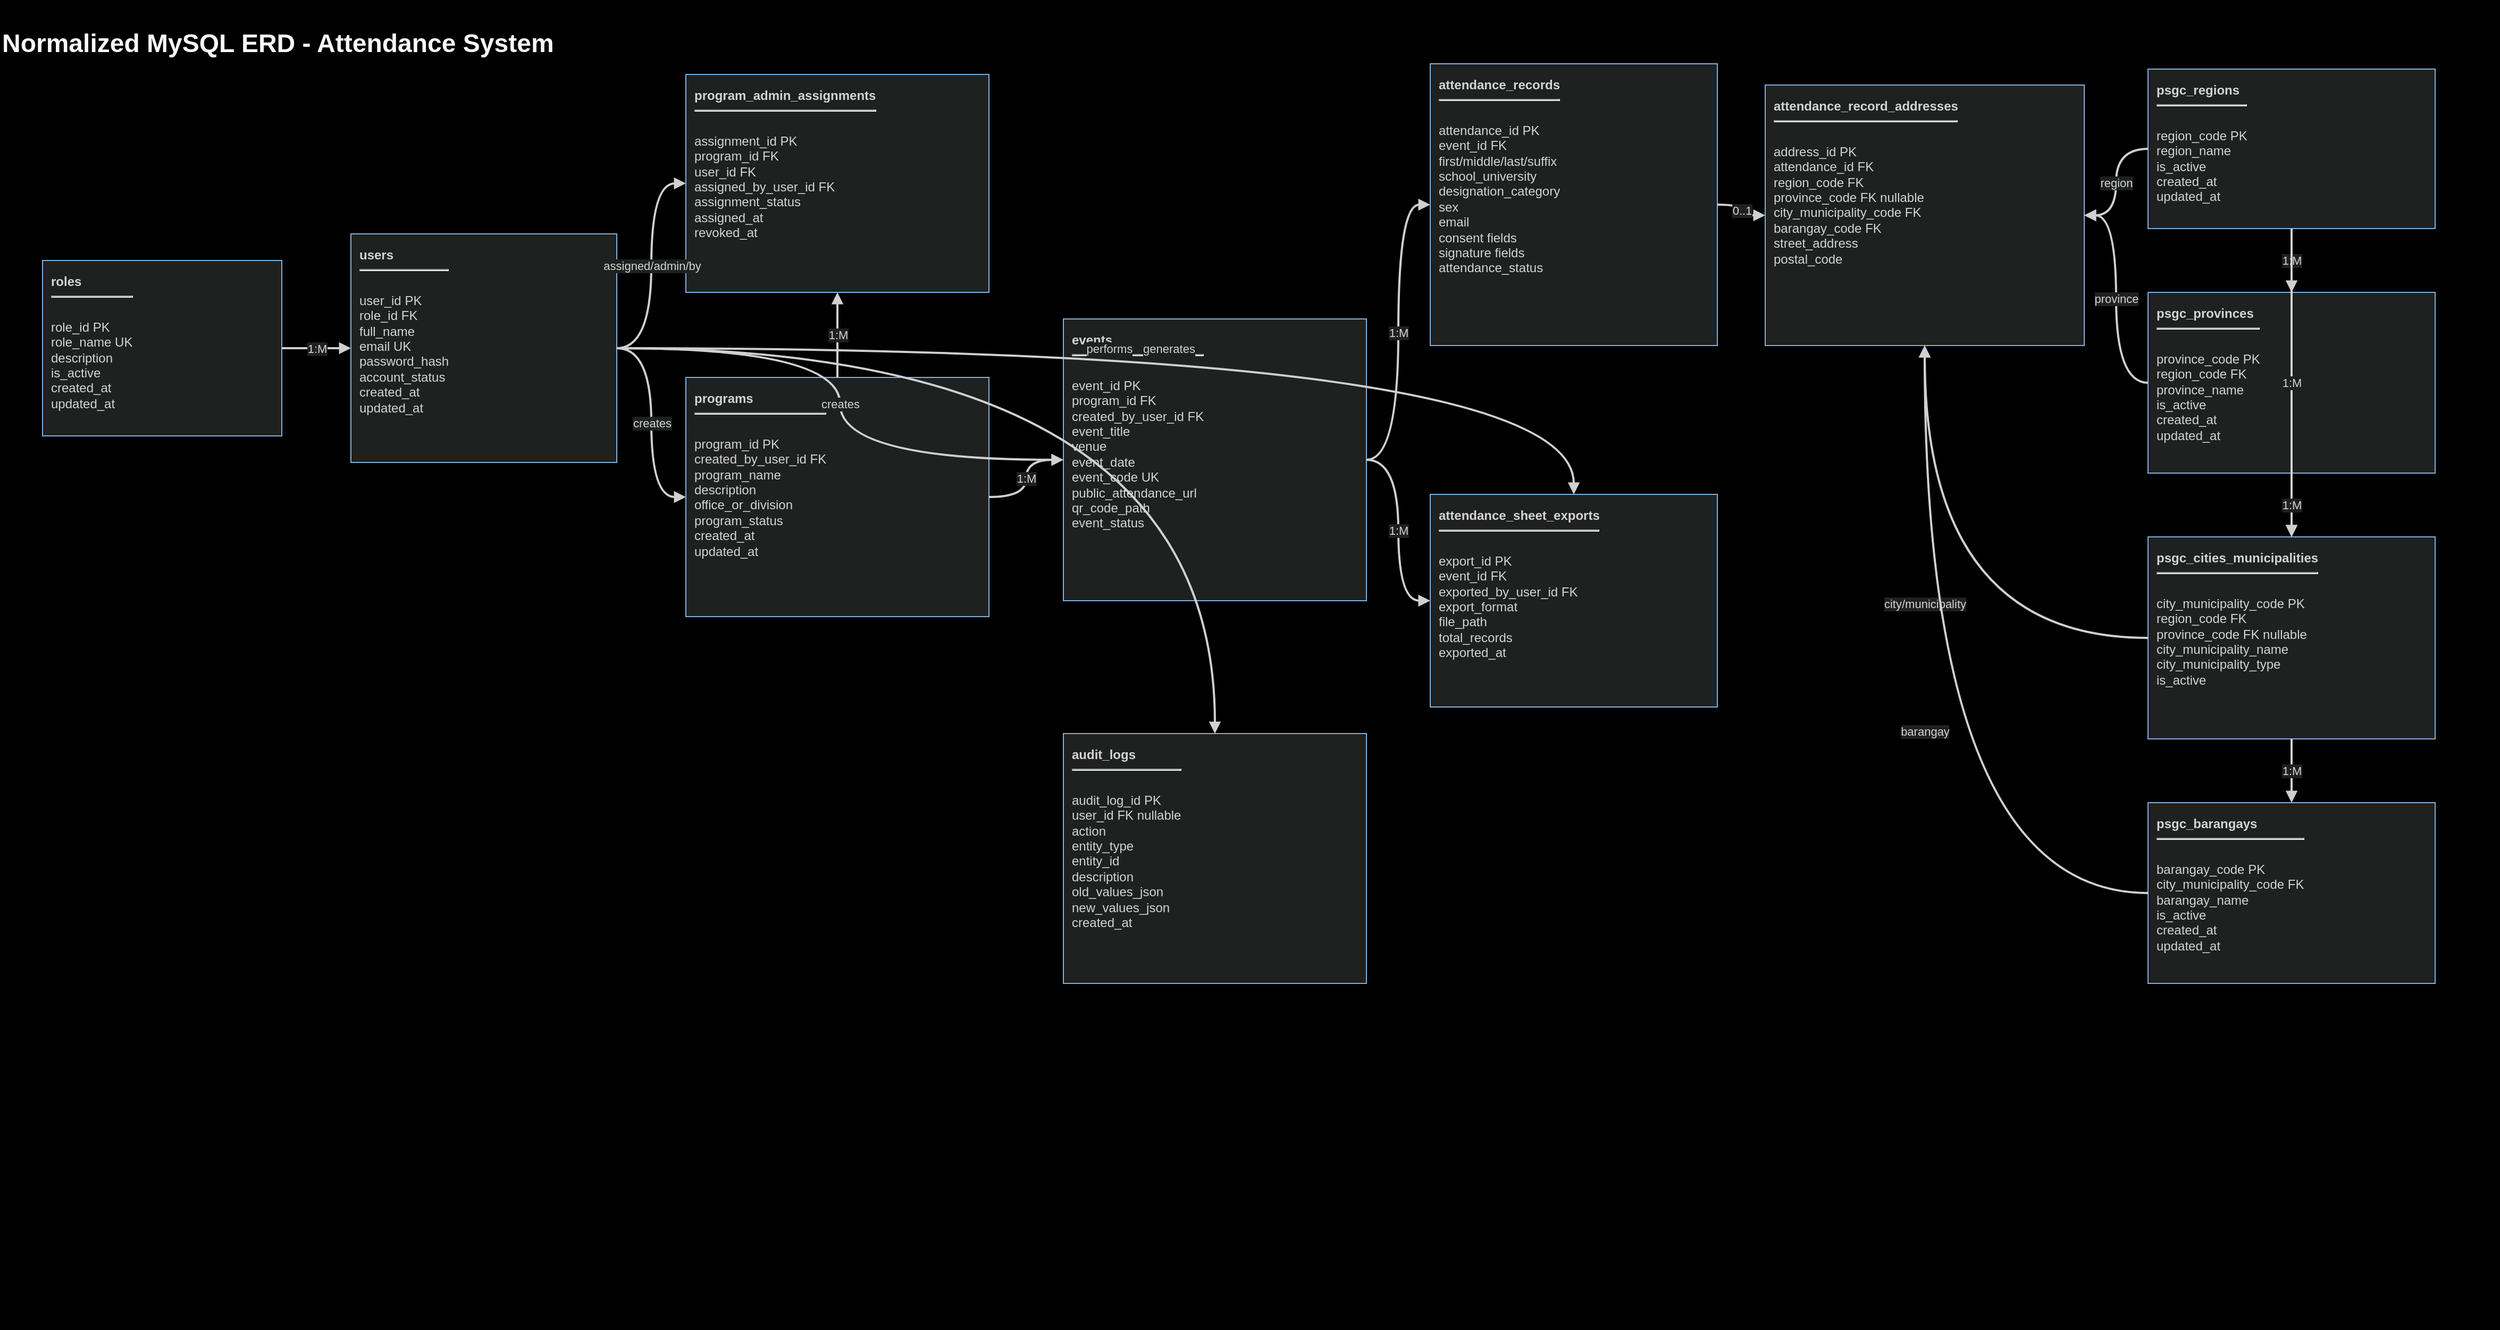
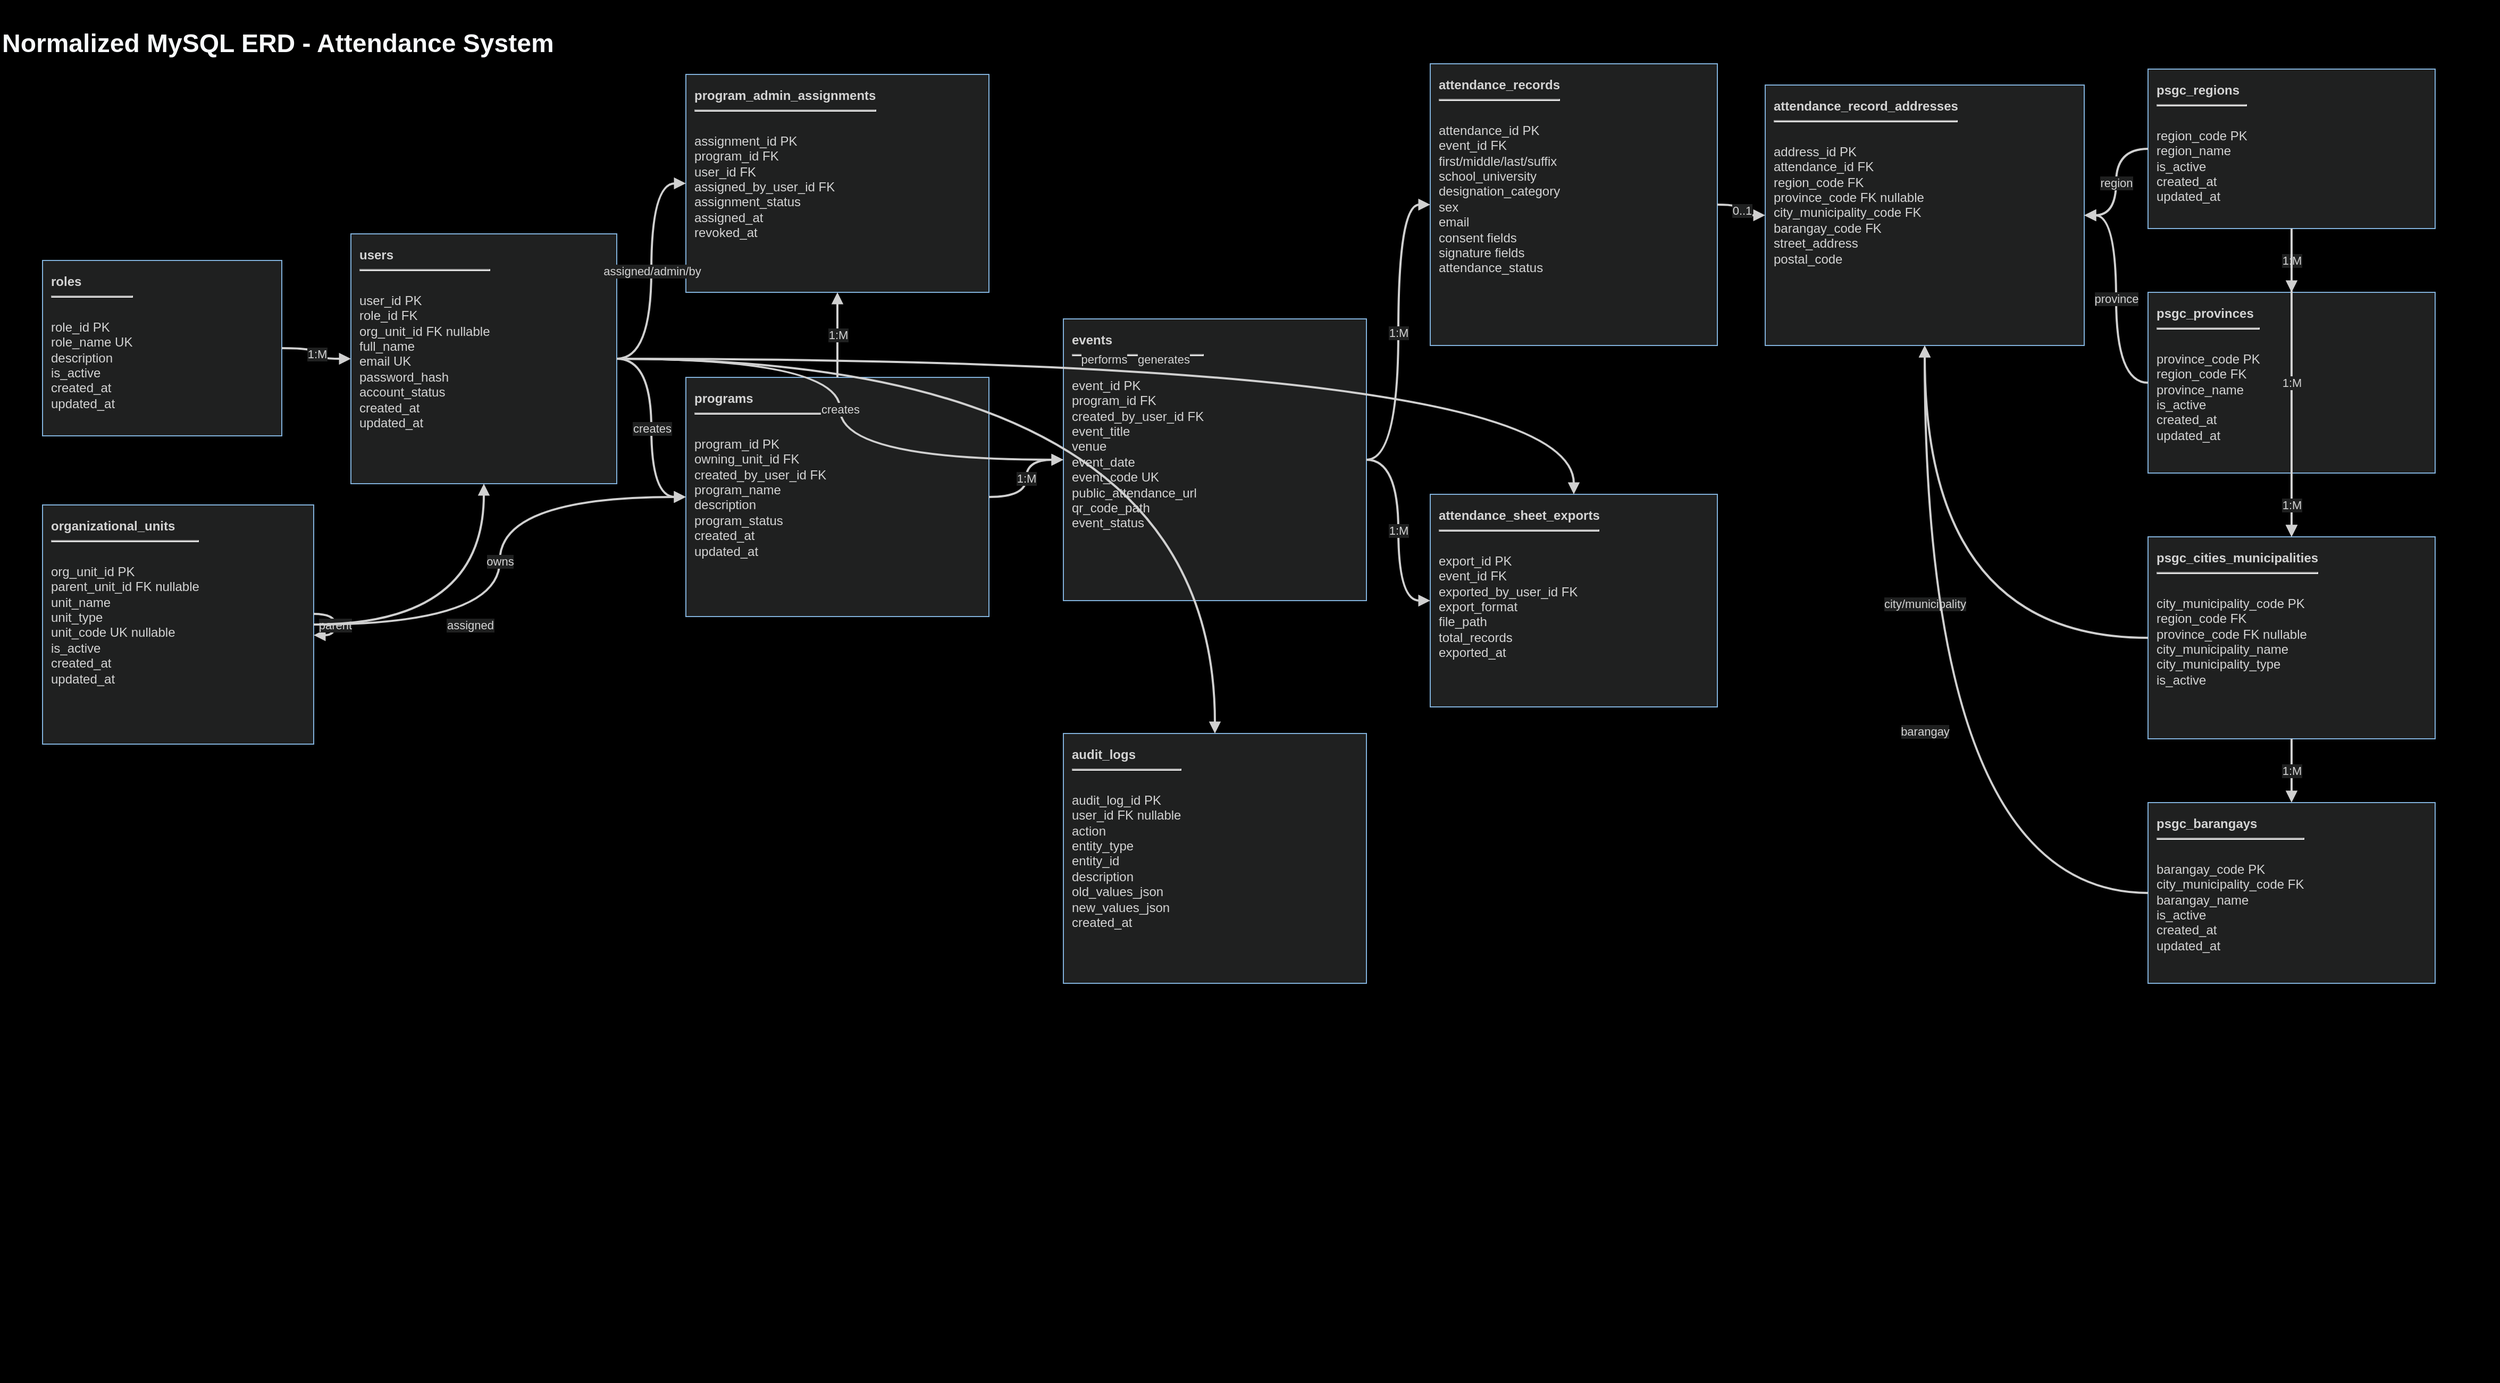
<?xml version='1.0' encoding='utf-8'?>
- <mxfile host="app.diagrams.net"><diagram name="Normalized MySQL ERD - Attendance System"><mxGraphModel dx="2350" dy="1250" grid="1" gridSize="10" guides="1" tooltips="1" connect="1" arrows="1" fold="1" page="1" pageScale="1" pageWidth="2350" pageHeight="1250" background="#000000" math="0" shadow="0"><root><mxCell id="0" /><mxCell id="1" parent="0" /><mxCell id="background" value="" style="rounded=0;whiteSpace=wrap;html=1;fillColor=#000000;strokeColor=none;locked=1;" vertex="1" parent="1"><mxGeometry x="0" y="0" width="2350" height="1250" as="geometry" /></mxCell><mxCell id="title" value="Normalized MySQL ERD - Attendance System" style="text;html=1;strokeColor=none;fillColor=none;fontColor=#f8fafc;fontStyle=1;fontSize=24;" vertex="1" parent="1"><mxGeometry x="0" y="20" width="2350" height="40" as="geometry" /></mxCell><mxCell id="roles" value="&lt;b&gt;roles&lt;/b&gt;&lt;br&gt;&lt;hr&gt;&lt;br&gt;role_id PK&lt;br&gt;role_name UK&lt;br&gt;description&lt;br&gt;is_active&lt;br&gt;created_at&lt;br&gt;updated_at" style="rounded=0;whiteSpace=wrap;html=1;strokeColor=#81B1DB;fillColor=#1f2020;fontColor=#d4d4d4;fontSize=12;spacing=8;align=left;verticalAlign=top;" vertex="1" parent="1"><mxGeometry x="40" y="245" width="225" height="165" as="geometry" /></mxCell><mxCell id="users" value="&lt;b&gt;users&lt;/b&gt;&lt;br&gt;&lt;hr&gt;&lt;br&gt;user_id PK&lt;br&gt;role_id FK&lt;br&gt;full_name&lt;br&gt;email UK&lt;br&gt;password_hash&lt;br&gt;account_status&lt;br&gt;created_at&lt;br&gt;updated_at" style="rounded=0;whiteSpace=wrap;html=1;strokeColor=#81B1DB;fillColor=#1f2020;fontColor=#d4d4d4;fontSize=12;spacing=8;align=left;verticalAlign=top;" vertex="1" parent="1"><mxGeometry x="330" y="220" width="250" height="215" as="geometry" /></mxCell><mxCell id="assignments" value="&lt;b&gt;program_admin_assignments&lt;/b&gt;&lt;br&gt;&lt;hr&gt;&lt;br&gt;assignment_id PK&lt;br&gt;program_id FK&lt;br&gt;user_id FK&lt;br&gt;assigned_by_user_id FK&lt;br&gt;assignment_status&lt;br&gt;assigned_at&lt;br&gt;revoked_at" style="rounded=0;whiteSpace=wrap;html=1;strokeColor=#81B1DB;fillColor=#1f2020;fontColor=#d4d4d4;fontSize=12;spacing=8;align=left;verticalAlign=top;" vertex="1" parent="1"><mxGeometry x="645" y="70" width="285" height="205" as="geometry" /></mxCell><mxCell id="programs" value="&lt;b&gt;programs&lt;/b&gt;&lt;br&gt;&lt;hr&gt;&lt;br&gt;program_id PK&lt;br&gt;created_by_user_id FK&lt;br&gt;program_name&lt;br&gt;description&lt;br&gt;office_or_division&lt;br&gt;program_status&lt;br&gt;created_at&lt;br&gt;updated_at" style="rounded=0;whiteSpace=wrap;html=1;strokeColor=#81B1DB;fillColor=#1f2020;fontColor=#d4d4d4;fontSize=12;spacing=8;align=left;verticalAlign=top;" vertex="1" parent="1"><mxGeometry x="645" y="355" width="285" height="225" as="geometry" /></mxCell><mxCell id="events" value="&lt;b&gt;events&lt;/b&gt;&lt;br&gt;&lt;hr&gt;&lt;br&gt;event_id PK&lt;br&gt;program_id FK&lt;br&gt;created_by_user_id FK&lt;br&gt;event_title&lt;br&gt;venue&lt;br&gt;event_date&lt;br&gt;event_code UK&lt;br&gt;public_attendance_url&lt;br&gt;qr_code_path&lt;br&gt;event_status" style="rounded=0;whiteSpace=wrap;html=1;strokeColor=#81B1DB;fillColor=#1f2020;fontColor=#d4d4d4;fontSize=12;spacing=8;align=left;verticalAlign=top;" vertex="1" parent="1"><mxGeometry x="1000" y="300" width="285" height="265" as="geometry" /></mxCell><mxCell id="attendance" value="&lt;b&gt;attendance_records&lt;/b&gt;&lt;br&gt;&lt;hr&gt;&lt;br&gt;attendance_id PK&lt;br&gt;event_id FK&lt;br&gt;first/middle/last/suffix&lt;br&gt;school_university&lt;br&gt;designation_category&lt;br&gt;sex&lt;br&gt;email&lt;br&gt;consent fields&lt;br&gt;signature fields&lt;br&gt;attendance_status" style="rounded=0;whiteSpace=wrap;html=1;strokeColor=#81B1DB;fillColor=#1f2020;fontColor=#d4d4d4;fontSize=12;spacing=8;align=left;verticalAlign=top;" vertex="1" parent="1"><mxGeometry x="1345" y="60" width="270" height="265" as="geometry" /></mxCell><mxCell id="address" value="&lt;b&gt;attendance_record_addresses&lt;/b&gt;&lt;br&gt;&lt;hr&gt;&lt;br&gt;address_id PK&lt;br&gt;attendance_id FK&lt;br&gt;region_code FK&lt;br&gt;province_code FK nullable&lt;br&gt;city_municipality_code FK&lt;br&gt;barangay_code FK&lt;br&gt;street_address&lt;br&gt;postal_code" style="rounded=0;whiteSpace=wrap;html=1;strokeColor=#81B1DB;fillColor=#1f2020;fontColor=#d4d4d4;fontSize=12;spacing=8;align=left;verticalAlign=top;" vertex="1" parent="1"><mxGeometry x="1660" y="80" width="300" height="245" as="geometry" /></mxCell><mxCell id="exports" value="&lt;b&gt;attendance_sheet_exports&lt;/b&gt;&lt;br&gt;&lt;hr&gt;&lt;br&gt;export_id PK&lt;br&gt;event_id FK&lt;br&gt;exported_by_user_id FK&lt;br&gt;export_format&lt;br&gt;file_path&lt;br&gt;total_records&lt;br&gt;exported_at" style="rounded=0;whiteSpace=wrap;html=1;strokeColor=#81B1DB;fillColor=#1f2020;fontColor=#d4d4d4;fontSize=12;spacing=8;align=left;verticalAlign=top;" vertex="1" parent="1"><mxGeometry x="1345" y="465" width="270" height="200" as="geometry" /></mxCell><mxCell id="audit" value="&lt;b&gt;audit_logs&lt;/b&gt;&lt;br&gt;&lt;hr&gt;&lt;br&gt;audit_log_id PK&lt;br&gt;user_id FK nullable&lt;br&gt;action&lt;br&gt;entity_type&lt;br&gt;entity_id&lt;br&gt;description&lt;br&gt;old_values_json&lt;br&gt;new_values_json&lt;br&gt;created_at" style="rounded=0;whiteSpace=wrap;html=1;strokeColor=#81B1DB;fillColor=#1f2020;fontColor=#d4d4d4;fontSize=12;spacing=8;align=left;verticalAlign=top;" vertex="1" parent="1"><mxGeometry x="1000" y="690" width="285" height="235" as="geometry" /></mxCell><mxCell id="psgc_regions" value="&lt;b&gt;psgc_regions&lt;/b&gt;&lt;br&gt;&lt;hr&gt;&lt;br&gt;region_code PK&lt;br&gt;region_name&lt;br&gt;is_active&lt;br&gt;created_at&lt;br&gt;updated_at" style="rounded=0;whiteSpace=wrap;html=1;strokeColor=#81B1DB;fillColor=#1f2020;fontColor=#d4d4d4;fontSize=12;spacing=8;align=left;verticalAlign=top;" vertex="1" parent="1"><mxGeometry x="2020" y="65" width="270" height="150" as="geometry" /></mxCell><mxCell id="psgc_provinces" value="&lt;b&gt;psgc_provinces&lt;/b&gt;&lt;br&gt;&lt;hr&gt;&lt;br&gt;province_code PK&lt;br&gt;region_code FK&lt;br&gt;province_name&lt;br&gt;is_active&lt;br&gt;created_at&lt;br&gt;updated_at" style="rounded=0;whiteSpace=wrap;html=1;strokeColor=#81B1DB;fillColor=#1f2020;fontColor=#d4d4d4;fontSize=12;spacing=8;align=left;verticalAlign=top;" vertex="1" parent="1"><mxGeometry x="2020" y="275" width="270" height="170" as="geometry" /></mxCell><mxCell id="psgc_cities" value="&lt;b&gt;psgc_cities_municipalities&lt;/b&gt;&lt;br&gt;&lt;hr&gt;&lt;br&gt;city_municipality_code PK&lt;br&gt;region_code FK&lt;br&gt;province_code FK nullable&lt;br&gt;city_municipality_name&lt;br&gt;city_municipality_type&lt;br&gt;is_active" style="rounded=0;whiteSpace=wrap;html=1;strokeColor=#81B1DB;fillColor=#1f2020;fontColor=#d4d4d4;fontSize=12;spacing=8;align=left;verticalAlign=top;" vertex="1" parent="1"><mxGeometry x="2020" y="505" width="270" height="190" as="geometry" /></mxCell><mxCell id="psgc_barangays" value="&lt;b&gt;psgc_barangays&lt;/b&gt;&lt;br&gt;&lt;hr&gt;&lt;br&gt;barangay_code PK&lt;br&gt;city_municipality_code FK&lt;br&gt;barangay_name&lt;br&gt;is_active&lt;br&gt;created_at&lt;br&gt;updated_at" style="rounded=0;whiteSpace=wrap;html=1;strokeColor=#81B1DB;fillColor=#1f2020;fontColor=#d4d4d4;fontSize=12;spacing=8;align=left;verticalAlign=top;" vertex="1" parent="1"><mxGeometry x="2020" y="755" width="270" height="170" as="geometry" /></mxCell><mxCell id="e1" value="1:M" style="edgeStyle=orthogonalEdgeStyle;rounded=1;curved=1;html=1;endArrow=block;strokeColor=#d0d0d0;fontColor=#d4d4d4;fontSize=11;labelBackgroundColor=#1f2020;strokeWidth=2;" edge="1" parent="1" source="roles" target="users"><mxGeometry relative="1" as="geometry" /></mxCell><mxCell id="e2" value="creates" style="edgeStyle=orthogonalEdgeStyle;rounded=1;curved=1;html=1;endArrow=block;strokeColor=#d0d0d0;fontColor=#d4d4d4;fontSize=11;labelBackgroundColor=#1f2020;strokeWidth=2;" edge="1" parent="1" source="users" target="programs"><mxGeometry relative="1" as="geometry" /></mxCell><mxCell id="e3" value="assigned/admin/by" style="edgeStyle=orthogonalEdgeStyle;rounded=1;curved=1;html=1;endArrow=block;strokeColor=#d0d0d0;fontColor=#d4d4d4;fontSize=11;labelBackgroundColor=#1f2020;strokeWidth=2;" edge="1" parent="1" source="users" target="assignments"><mxGeometry relative="1" as="geometry" /></mxCell><mxCell id="e4" value="1:M" style="edgeStyle=orthogonalEdgeStyle;rounded=1;curved=1;html=1;endArrow=block;strokeColor=#d0d0d0;fontColor=#d4d4d4;fontSize=11;labelBackgroundColor=#1f2020;strokeWidth=2;" edge="1" parent="1" source="programs" target="assignments"><mxGeometry relative="1" as="geometry" /></mxCell><mxCell id="e5" value="1:M" style="edgeStyle=orthogonalEdgeStyle;rounded=1;curved=1;html=1;endArrow=block;strokeColor=#d0d0d0;fontColor=#d4d4d4;fontSize=11;labelBackgroundColor=#1f2020;strokeWidth=2;" edge="1" parent="1" source="programs" target="events"><mxGeometry relative="1" as="geometry" /></mxCell><mxCell id="e6" value="creates" style="edgeStyle=orthogonalEdgeStyle;rounded=1;curved=1;html=1;endArrow=block;strokeColor=#d0d0d0;fontColor=#d4d4d4;fontSize=11;labelBackgroundColor=#1f2020;strokeWidth=2;" edge="1" parent="1" source="users" target="events"><mxGeometry relative="1" as="geometry" /></mxCell><mxCell id="e7" value="1:M" style="edgeStyle=orthogonalEdgeStyle;rounded=1;curved=1;html=1;endArrow=block;strokeColor=#d0d0d0;fontColor=#d4d4d4;fontSize=11;labelBackgroundColor=#1f2020;strokeWidth=2;" edge="1" parent="1" source="events" target="attendance"><mxGeometry relative="1" as="geometry" /></mxCell><mxCell id="e8" value="0..1" style="edgeStyle=orthogonalEdgeStyle;rounded=1;curved=1;html=1;endArrow=block;strokeColor=#d0d0d0;fontColor=#d4d4d4;fontSize=11;labelBackgroundColor=#1f2020;strokeWidth=2;" edge="1" parent="1" source="attendance" target="address"><mxGeometry relative="1" as="geometry" /></mxCell><mxCell id="e9" value="1:M" style="edgeStyle=orthogonalEdgeStyle;rounded=1;curved=1;html=1;endArrow=block;strokeColor=#d0d0d0;fontColor=#d4d4d4;fontSize=11;labelBackgroundColor=#1f2020;strokeWidth=2;" edge="1" parent="1" source="events" target="exports"><mxGeometry relative="1" as="geometry" /></mxCell><mxCell id="e10" value="generates" style="edgeStyle=orthogonalEdgeStyle;rounded=1;curved=1;html=1;endArrow=block;strokeColor=#d0d0d0;fontColor=#d4d4d4;fontSize=11;labelBackgroundColor=#1f2020;strokeWidth=2;" edge="1" parent="1" source="users" target="exports"><mxGeometry relative="1" as="geometry" /></mxCell><mxCell id="e11" value="performs" style="edgeStyle=orthogonalEdgeStyle;rounded=1;curved=1;html=1;endArrow=block;strokeColor=#d0d0d0;fontColor=#d4d4d4;fontSize=11;labelBackgroundColor=#1f2020;strokeWidth=2;" edge="1" parent="1" source="users" target="audit"><mxGeometry relative="1" as="geometry" /></mxCell><mxCell id="e12" value="1:M" style="edgeStyle=orthogonalEdgeStyle;rounded=1;curved=1;html=1;endArrow=block;strokeColor=#d0d0d0;fontColor=#d4d4d4;fontSize=11;labelBackgroundColor=#1f2020;strokeWidth=2;" edge="1" parent="1" source="psgc_regions" target="psgc_provinces"><mxGeometry relative="1" as="geometry" /></mxCell><mxCell id="e13" value="1:M" style="edgeStyle=orthogonalEdgeStyle;rounded=1;curved=1;html=1;endArrow=block;strokeColor=#d0d0d0;fontColor=#d4d4d4;fontSize=11;labelBackgroundColor=#1f2020;strokeWidth=2;" edge="1" parent="1" source="psgc_regions" target="psgc_cities"><mxGeometry relative="1" as="geometry" /></mxCell><mxCell id="e14" value="1:M" style="edgeStyle=orthogonalEdgeStyle;rounded=1;curved=1;html=1;endArrow=block;strokeColor=#d0d0d0;fontColor=#d4d4d4;fontSize=11;labelBackgroundColor=#1f2020;strokeWidth=2;" edge="1" parent="1" source="psgc_provinces" target="psgc_cities"><mxGeometry relative="1" as="geometry" /></mxCell><mxCell id="e15" value="1:M" style="edgeStyle=orthogonalEdgeStyle;rounded=1;curved=1;html=1;endArrow=block;strokeColor=#d0d0d0;fontColor=#d4d4d4;fontSize=11;labelBackgroundColor=#1f2020;strokeWidth=2;" edge="1" parent="1" source="psgc_cities" target="psgc_barangays"><mxGeometry relative="1" as="geometry" /></mxCell><mxCell id="e16" value="region" style="edgeStyle=orthogonalEdgeStyle;rounded=1;curved=1;html=1;endArrow=block;strokeColor=#d0d0d0;fontColor=#d4d4d4;fontSize=11;labelBackgroundColor=#1f2020;strokeWidth=2;" edge="1" parent="1" source="psgc_regions" target="address"><mxGeometry relative="1" as="geometry" /></mxCell><mxCell id="e17" value="province" style="edgeStyle=orthogonalEdgeStyle;rounded=1;curved=1;html=1;endArrow=block;strokeColor=#d0d0d0;fontColor=#d4d4d4;fontSize=11;labelBackgroundColor=#1f2020;strokeWidth=2;" edge="1" parent="1" source="psgc_provinces" target="address"><mxGeometry relative="1" as="geometry" /></mxCell><mxCell id="e18" value="city/municipality" style="edgeStyle=orthogonalEdgeStyle;rounded=1;curved=1;html=1;endArrow=block;strokeColor=#d0d0d0;fontColor=#d4d4d4;fontSize=11;labelBackgroundColor=#1f2020;strokeWidth=2;" edge="1" parent="1" source="psgc_cities" target="address"><mxGeometry relative="1" as="geometry" /></mxCell><mxCell id="e19" value="barangay" style="edgeStyle=orthogonalEdgeStyle;rounded=1;curved=1;html=1;endArrow=block;strokeColor=#d0d0d0;fontColor=#d4d4d4;fontSize=11;labelBackgroundColor=#1f2020;strokeWidth=2;" edge="1" parent="1" source="psgc_barangays" target="address"><mxGeometry relative="1" as="geometry" /></mxCell></root></mxGraphModel></diagram></mxfile>+ <mxfile host="app.diagrams.net"><diagram name="Normalized MySQL ERD - Attendance System"><mxGraphModel dx="2350" dy="1300" grid="1" gridSize="10" guides="1" tooltips="1" connect="1" arrows="1" fold="1" page="1" pageScale="1" pageWidth="2350" pageHeight="1300" background="#000000" math="0" shadow="0"><root><mxCell id="0" /><mxCell id="1" parent="0" /><mxCell id="background" value="" style="rounded=0;whiteSpace=wrap;html=1;fillColor=#000000;strokeColor=none;locked=1;" vertex="1" parent="1"><mxGeometry x="0" y="0" width="2350" height="1300" as="geometry" /></mxCell><mxCell id="title" value="Normalized MySQL ERD - Attendance System" style="text;html=1;strokeColor=none;fillColor=none;fontColor=#f8fafc;fontStyle=1;fontSize=24;" vertex="1" parent="1"><mxGeometry x="0" y="20" width="2350" height="40" as="geometry" /></mxCell><mxCell id="roles" value="&lt;b&gt;roles&lt;/b&gt;&lt;br&gt;&lt;hr&gt;&lt;br&gt;role_id PK&lt;br&gt;role_name UK&lt;br&gt;description&lt;br&gt;is_active&lt;br&gt;created_at&lt;br&gt;updated_at" style="rounded=0;whiteSpace=wrap;html=1;strokeColor=#81B1DB;fillColor=#1f2020;fontColor=#d4d4d4;fontSize=12;spacing=8;align=left;verticalAlign=top;" vertex="1" parent="1"><mxGeometry x="40" y="245" width="225" height="165" as="geometry" /></mxCell><mxCell id="users" value="&lt;b&gt;users&lt;/b&gt;&lt;br&gt;&lt;hr&gt;&lt;br&gt;user_id PK&lt;br&gt;role_id FK&lt;br&gt;org_unit_id FK nullable&lt;br&gt;full_name&lt;br&gt;email UK&lt;br&gt;password_hash&lt;br&gt;account_status&lt;br&gt;created_at&lt;br&gt;updated_at" style="rounded=0;whiteSpace=wrap;html=1;strokeColor=#81B1DB;fillColor=#1f2020;fontColor=#d4d4d4;fontSize=12;spacing=8;align=left;verticalAlign=top;" vertex="1" parent="1"><mxGeometry x="330" y="220" width="250" height="235" as="geometry" /></mxCell><mxCell id="org_units" value="&lt;b&gt;organizational_units&lt;/b&gt;&lt;br&gt;&lt;hr&gt;&lt;br&gt;org_unit_id PK&lt;br&gt;parent_unit_id FK nullable&lt;br&gt;unit_name&lt;br&gt;unit_type&lt;br&gt;unit_code UK nullable&lt;br&gt;is_active&lt;br&gt;created_at&lt;br&gt;updated_at" style="rounded=0;whiteSpace=wrap;html=1;strokeColor=#81B1DB;fillColor=#1f2020;fontColor=#d4d4d4;fontSize=12;spacing=8;align=left;verticalAlign=top;" vertex="1" parent="1"><mxGeometry x="40" y="475" width="255" height="225" as="geometry" /></mxCell><mxCell id="assignments" value="&lt;b&gt;program_admin_assignments&lt;/b&gt;&lt;br&gt;&lt;hr&gt;&lt;br&gt;assignment_id PK&lt;br&gt;program_id FK&lt;br&gt;user_id FK&lt;br&gt;assigned_by_user_id FK&lt;br&gt;assignment_status&lt;br&gt;assigned_at&lt;br&gt;revoked_at" style="rounded=0;whiteSpace=wrap;html=1;strokeColor=#81B1DB;fillColor=#1f2020;fontColor=#d4d4d4;fontSize=12;spacing=8;align=left;verticalAlign=top;" vertex="1" parent="1"><mxGeometry x="645" y="70" width="285" height="205" as="geometry" /></mxCell><mxCell id="programs" value="&lt;b&gt;programs&lt;/b&gt;&lt;br&gt;&lt;hr&gt;&lt;br&gt;program_id PK&lt;br&gt;owning_unit_id FK&lt;br&gt;created_by_user_id FK&lt;br&gt;program_name&lt;br&gt;description&lt;br&gt;program_status&lt;br&gt;created_at&lt;br&gt;updated_at" style="rounded=0;whiteSpace=wrap;html=1;strokeColor=#81B1DB;fillColor=#1f2020;fontColor=#d4d4d4;fontSize=12;spacing=8;align=left;verticalAlign=top;" vertex="1" parent="1"><mxGeometry x="645" y="355" width="285" height="225" as="geometry" /></mxCell><mxCell id="events" value="&lt;b&gt;events&lt;/b&gt;&lt;br&gt;&lt;hr&gt;&lt;br&gt;event_id PK&lt;br&gt;program_id FK&lt;br&gt;created_by_user_id FK&lt;br&gt;event_title&lt;br&gt;venue&lt;br&gt;event_date&lt;br&gt;event_code UK&lt;br&gt;public_attendance_url&lt;br&gt;qr_code_path&lt;br&gt;event_status" style="rounded=0;whiteSpace=wrap;html=1;strokeColor=#81B1DB;fillColor=#1f2020;fontColor=#d4d4d4;fontSize=12;spacing=8;align=left;verticalAlign=top;" vertex="1" parent="1"><mxGeometry x="1000" y="300" width="285" height="265" as="geometry" /></mxCell><mxCell id="attendance" value="&lt;b&gt;attendance_records&lt;/b&gt;&lt;br&gt;&lt;hr&gt;&lt;br&gt;attendance_id PK&lt;br&gt;event_id FK&lt;br&gt;first/middle/last/suffix&lt;br&gt;school_university&lt;br&gt;designation_category&lt;br&gt;sex&lt;br&gt;email&lt;br&gt;consent fields&lt;br&gt;signature fields&lt;br&gt;attendance_status" style="rounded=0;whiteSpace=wrap;html=1;strokeColor=#81B1DB;fillColor=#1f2020;fontColor=#d4d4d4;fontSize=12;spacing=8;align=left;verticalAlign=top;" vertex="1" parent="1"><mxGeometry x="1345" y="60" width="270" height="265" as="geometry" /></mxCell><mxCell id="address" value="&lt;b&gt;attendance_record_addresses&lt;/b&gt;&lt;br&gt;&lt;hr&gt;&lt;br&gt;address_id PK&lt;br&gt;attendance_id FK&lt;br&gt;region_code FK&lt;br&gt;province_code FK nullable&lt;br&gt;city_municipality_code FK&lt;br&gt;barangay_code FK&lt;br&gt;street_address&lt;br&gt;postal_code" style="rounded=0;whiteSpace=wrap;html=1;strokeColor=#81B1DB;fillColor=#1f2020;fontColor=#d4d4d4;fontSize=12;spacing=8;align=left;verticalAlign=top;" vertex="1" parent="1"><mxGeometry x="1660" y="80" width="300" height="245" as="geometry" /></mxCell><mxCell id="exports" value="&lt;b&gt;attendance_sheet_exports&lt;/b&gt;&lt;br&gt;&lt;hr&gt;&lt;br&gt;export_id PK&lt;br&gt;event_id FK&lt;br&gt;exported_by_user_id FK&lt;br&gt;export_format&lt;br&gt;file_path&lt;br&gt;total_records&lt;br&gt;exported_at" style="rounded=0;whiteSpace=wrap;html=1;strokeColor=#81B1DB;fillColor=#1f2020;fontColor=#d4d4d4;fontSize=12;spacing=8;align=left;verticalAlign=top;" vertex="1" parent="1"><mxGeometry x="1345" y="465" width="270" height="200" as="geometry" /></mxCell><mxCell id="audit" value="&lt;b&gt;audit_logs&lt;/b&gt;&lt;br&gt;&lt;hr&gt;&lt;br&gt;audit_log_id PK&lt;br&gt;user_id FK nullable&lt;br&gt;action&lt;br&gt;entity_type&lt;br&gt;entity_id&lt;br&gt;description&lt;br&gt;old_values_json&lt;br&gt;new_values_json&lt;br&gt;created_at" style="rounded=0;whiteSpace=wrap;html=1;strokeColor=#81B1DB;fillColor=#1f2020;fontColor=#d4d4d4;fontSize=12;spacing=8;align=left;verticalAlign=top;" vertex="1" parent="1"><mxGeometry x="1000" y="690" width="285" height="235" as="geometry" /></mxCell><mxCell id="psgc_regions" value="&lt;b&gt;psgc_regions&lt;/b&gt;&lt;br&gt;&lt;hr&gt;&lt;br&gt;region_code PK&lt;br&gt;region_name&lt;br&gt;is_active&lt;br&gt;created_at&lt;br&gt;updated_at" style="rounded=0;whiteSpace=wrap;html=1;strokeColor=#81B1DB;fillColor=#1f2020;fontColor=#d4d4d4;fontSize=12;spacing=8;align=left;verticalAlign=top;" vertex="1" parent="1"><mxGeometry x="2020" y="65" width="270" height="150" as="geometry" /></mxCell><mxCell id="psgc_provinces" value="&lt;b&gt;psgc_provinces&lt;/b&gt;&lt;br&gt;&lt;hr&gt;&lt;br&gt;province_code PK&lt;br&gt;region_code FK&lt;br&gt;province_name&lt;br&gt;is_active&lt;br&gt;created_at&lt;br&gt;updated_at" style="rounded=0;whiteSpace=wrap;html=1;strokeColor=#81B1DB;fillColor=#1f2020;fontColor=#d4d4d4;fontSize=12;spacing=8;align=left;verticalAlign=top;" vertex="1" parent="1"><mxGeometry x="2020" y="275" width="270" height="170" as="geometry" /></mxCell><mxCell id="psgc_cities" value="&lt;b&gt;psgc_cities_municipalities&lt;/b&gt;&lt;br&gt;&lt;hr&gt;&lt;br&gt;city_municipality_code PK&lt;br&gt;region_code FK&lt;br&gt;province_code FK nullable&lt;br&gt;city_municipality_name&lt;br&gt;city_municipality_type&lt;br&gt;is_active" style="rounded=0;whiteSpace=wrap;html=1;strokeColor=#81B1DB;fillColor=#1f2020;fontColor=#d4d4d4;fontSize=12;spacing=8;align=left;verticalAlign=top;" vertex="1" parent="1"><mxGeometry x="2020" y="505" width="270" height="190" as="geometry" /></mxCell><mxCell id="psgc_barangays" value="&lt;b&gt;psgc_barangays&lt;/b&gt;&lt;br&gt;&lt;hr&gt;&lt;br&gt;barangay_code PK&lt;br&gt;city_municipality_code FK&lt;br&gt;barangay_name&lt;br&gt;is_active&lt;br&gt;created_at&lt;br&gt;updated_at" style="rounded=0;whiteSpace=wrap;html=1;strokeColor=#81B1DB;fillColor=#1f2020;fontColor=#d4d4d4;fontSize=12;spacing=8;align=left;verticalAlign=top;" vertex="1" parent="1"><mxGeometry x="2020" y="755" width="270" height="170" as="geometry" /></mxCell><mxCell id="e1" value="1:M" style="edgeStyle=orthogonalEdgeStyle;rounded=1;curved=1;html=1;endArrow=block;strokeColor=#d0d0d0;fontColor=#d4d4d4;fontSize=11;labelBackgroundColor=#1f2020;strokeWidth=2;" edge="1" parent="1" source="roles" target="users"><mxGeometry relative="1" as="geometry" /></mxCell><mxCell id="e2" value="parent" style="edgeStyle=orthogonalEdgeStyle;rounded=1;curved=1;html=1;endArrow=block;strokeColor=#d0d0d0;fontColor=#d4d4d4;fontSize=11;labelBackgroundColor=#1f2020;strokeWidth=2;" edge="1" parent="1" source="org_units" target="org_units"><mxGeometry relative="1" as="geometry" /></mxCell><mxCell id="e3" value="assigned" style="edgeStyle=orthogonalEdgeStyle;rounded=1;curved=1;html=1;endArrow=block;strokeColor=#d0d0d0;fontColor=#d4d4d4;fontSize=11;labelBackgroundColor=#1f2020;strokeWidth=2;" edge="1" parent="1" source="org_units" target="users"><mxGeometry relative="1" as="geometry" /></mxCell><mxCell id="e4" value="owns" style="edgeStyle=orthogonalEdgeStyle;rounded=1;curved=1;html=1;endArrow=block;strokeColor=#d0d0d0;fontColor=#d4d4d4;fontSize=11;labelBackgroundColor=#1f2020;strokeWidth=2;" edge="1" parent="1" source="org_units" target="programs"><mxGeometry relative="1" as="geometry" /></mxCell><mxCell id="e5" value="creates" style="edgeStyle=orthogonalEdgeStyle;rounded=1;curved=1;html=1;endArrow=block;strokeColor=#d0d0d0;fontColor=#d4d4d4;fontSize=11;labelBackgroundColor=#1f2020;strokeWidth=2;" edge="1" parent="1" source="users" target="programs"><mxGeometry relative="1" as="geometry" /></mxCell><mxCell id="e6" value="assigned/admin/by" style="edgeStyle=orthogonalEdgeStyle;rounded=1;curved=1;html=1;endArrow=block;strokeColor=#d0d0d0;fontColor=#d4d4d4;fontSize=11;labelBackgroundColor=#1f2020;strokeWidth=2;" edge="1" parent="1" source="users" target="assignments"><mxGeometry relative="1" as="geometry" /></mxCell><mxCell id="e7" value="1:M" style="edgeStyle=orthogonalEdgeStyle;rounded=1;curved=1;html=1;endArrow=block;strokeColor=#d0d0d0;fontColor=#d4d4d4;fontSize=11;labelBackgroundColor=#1f2020;strokeWidth=2;" edge="1" parent="1" source="programs" target="assignments"><mxGeometry relative="1" as="geometry" /></mxCell><mxCell id="e8" value="1:M" style="edgeStyle=orthogonalEdgeStyle;rounded=1;curved=1;html=1;endArrow=block;strokeColor=#d0d0d0;fontColor=#d4d4d4;fontSize=11;labelBackgroundColor=#1f2020;strokeWidth=2;" edge="1" parent="1" source="programs" target="events"><mxGeometry relative="1" as="geometry" /></mxCell><mxCell id="e9" value="creates" style="edgeStyle=orthogonalEdgeStyle;rounded=1;curved=1;html=1;endArrow=block;strokeColor=#d0d0d0;fontColor=#d4d4d4;fontSize=11;labelBackgroundColor=#1f2020;strokeWidth=2;" edge="1" parent="1" source="users" target="events"><mxGeometry relative="1" as="geometry" /></mxCell><mxCell id="e10" value="1:M" style="edgeStyle=orthogonalEdgeStyle;rounded=1;curved=1;html=1;endArrow=block;strokeColor=#d0d0d0;fontColor=#d4d4d4;fontSize=11;labelBackgroundColor=#1f2020;strokeWidth=2;" edge="1" parent="1" source="events" target="attendance"><mxGeometry relative="1" as="geometry" /></mxCell><mxCell id="e11" value="0..1" style="edgeStyle=orthogonalEdgeStyle;rounded=1;curved=1;html=1;endArrow=block;strokeColor=#d0d0d0;fontColor=#d4d4d4;fontSize=11;labelBackgroundColor=#1f2020;strokeWidth=2;" edge="1" parent="1" source="attendance" target="address"><mxGeometry relative="1" as="geometry" /></mxCell><mxCell id="e12" value="1:M" style="edgeStyle=orthogonalEdgeStyle;rounded=1;curved=1;html=1;endArrow=block;strokeColor=#d0d0d0;fontColor=#d4d4d4;fontSize=11;labelBackgroundColor=#1f2020;strokeWidth=2;" edge="1" parent="1" source="events" target="exports"><mxGeometry relative="1" as="geometry" /></mxCell><mxCell id="e13" value="generates" style="edgeStyle=orthogonalEdgeStyle;rounded=1;curved=1;html=1;endArrow=block;strokeColor=#d0d0d0;fontColor=#d4d4d4;fontSize=11;labelBackgroundColor=#1f2020;strokeWidth=2;" edge="1" parent="1" source="users" target="exports"><mxGeometry relative="1" as="geometry" /></mxCell><mxCell id="e14" value="performs" style="edgeStyle=orthogonalEdgeStyle;rounded=1;curved=1;html=1;endArrow=block;strokeColor=#d0d0d0;fontColor=#d4d4d4;fontSize=11;labelBackgroundColor=#1f2020;strokeWidth=2;" edge="1" parent="1" source="users" target="audit"><mxGeometry relative="1" as="geometry" /></mxCell><mxCell id="e15" value="1:M" style="edgeStyle=orthogonalEdgeStyle;rounded=1;curved=1;html=1;endArrow=block;strokeColor=#d0d0d0;fontColor=#d4d4d4;fontSize=11;labelBackgroundColor=#1f2020;strokeWidth=2;" edge="1" parent="1" source="psgc_regions" target="psgc_provinces"><mxGeometry relative="1" as="geometry" /></mxCell><mxCell id="e16" value="1:M" style="edgeStyle=orthogonalEdgeStyle;rounded=1;curved=1;html=1;endArrow=block;strokeColor=#d0d0d0;fontColor=#d4d4d4;fontSize=11;labelBackgroundColor=#1f2020;strokeWidth=2;" edge="1" parent="1" source="psgc_regions" target="psgc_cities"><mxGeometry relative="1" as="geometry" /></mxCell><mxCell id="e17" value="1:M" style="edgeStyle=orthogonalEdgeStyle;rounded=1;curved=1;html=1;endArrow=block;strokeColor=#d0d0d0;fontColor=#d4d4d4;fontSize=11;labelBackgroundColor=#1f2020;strokeWidth=2;" edge="1" parent="1" source="psgc_provinces" target="psgc_cities"><mxGeometry relative="1" as="geometry" /></mxCell><mxCell id="e18" value="1:M" style="edgeStyle=orthogonalEdgeStyle;rounded=1;curved=1;html=1;endArrow=block;strokeColor=#d0d0d0;fontColor=#d4d4d4;fontSize=11;labelBackgroundColor=#1f2020;strokeWidth=2;" edge="1" parent="1" source="psgc_cities" target="psgc_barangays"><mxGeometry relative="1" as="geometry" /></mxCell><mxCell id="e19" value="region" style="edgeStyle=orthogonalEdgeStyle;rounded=1;curved=1;html=1;endArrow=block;strokeColor=#d0d0d0;fontColor=#d4d4d4;fontSize=11;labelBackgroundColor=#1f2020;strokeWidth=2;" edge="1" parent="1" source="psgc_regions" target="address"><mxGeometry relative="1" as="geometry" /></mxCell><mxCell id="e20" value="province" style="edgeStyle=orthogonalEdgeStyle;rounded=1;curved=1;html=1;endArrow=block;strokeColor=#d0d0d0;fontColor=#d4d4d4;fontSize=11;labelBackgroundColor=#1f2020;strokeWidth=2;" edge="1" parent="1" source="psgc_provinces" target="address"><mxGeometry relative="1" as="geometry" /></mxCell><mxCell id="e21" value="city/municipality" style="edgeStyle=orthogonalEdgeStyle;rounded=1;curved=1;html=1;endArrow=block;strokeColor=#d0d0d0;fontColor=#d4d4d4;fontSize=11;labelBackgroundColor=#1f2020;strokeWidth=2;" edge="1" parent="1" source="psgc_cities" target="address"><mxGeometry relative="1" as="geometry" /></mxCell><mxCell id="e22" value="barangay" style="edgeStyle=orthogonalEdgeStyle;rounded=1;curved=1;html=1;endArrow=block;strokeColor=#d0d0d0;fontColor=#d4d4d4;fontSize=11;labelBackgroundColor=#1f2020;strokeWidth=2;" edge="1" parent="1" source="psgc_barangays" target="address"><mxGeometry relative="1" as="geometry" /></mxCell></root></mxGraphModel></diagram></mxfile>